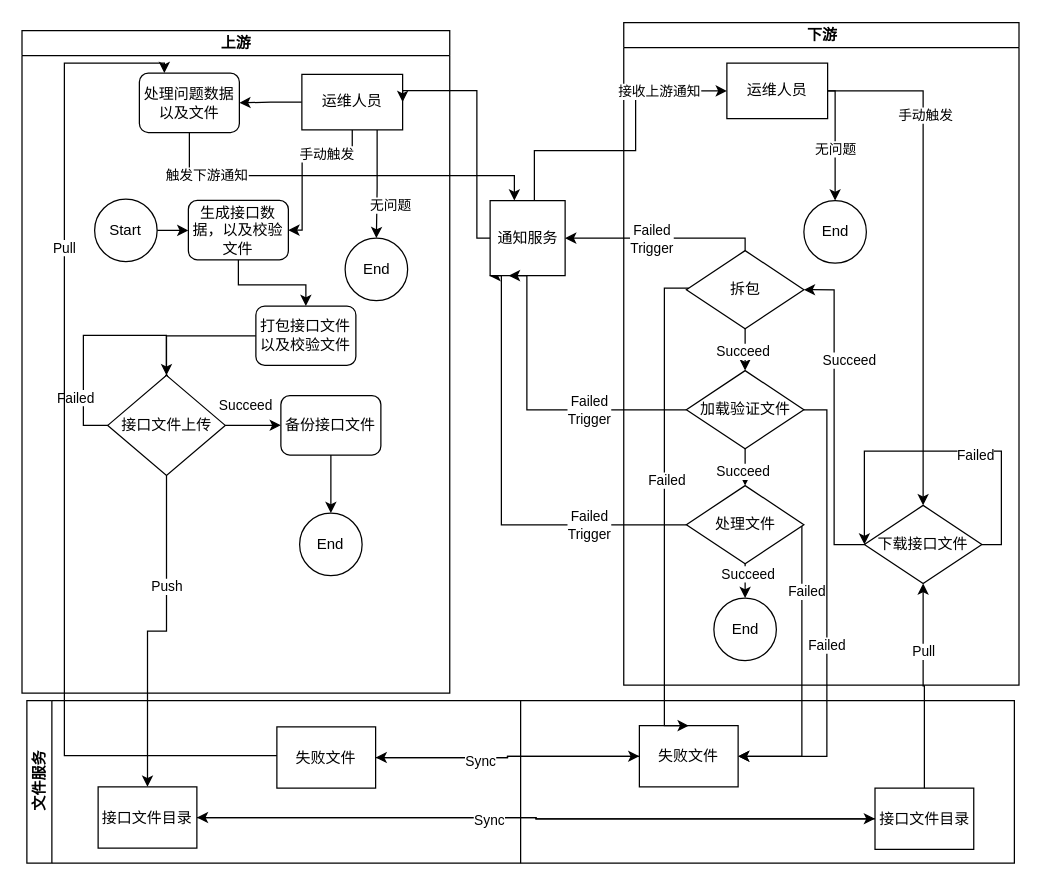
The draw.io diagram 未命名绘图.drawio in lsj188/myPlugin, before the edit. Source tidied: cells renumbered, new cells numbered last; positions are measured from the earlier drawing's top-left corner, leaving out a move shared by most shapes. Both pictures are drawn from the tidied source at 125%, with x=0, y=0 at pixel (-96, 62).
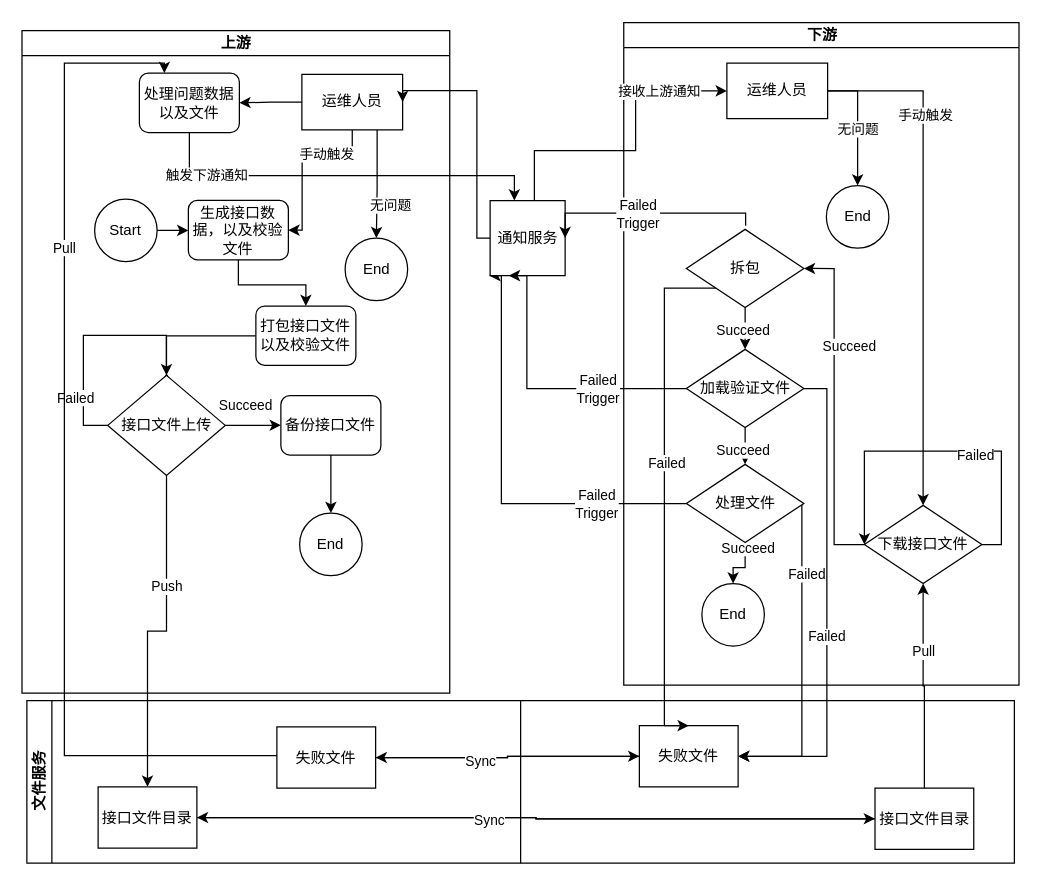
The same page after the edit.

Commit message (it also covers changes not shown here):
更新未命名绘图.drawio

The change refers to these unchanged cells:
```xml
<mxCell id="32" value="失败文件" style="rounded=0;whiteSpace=wrap;html=1;" parent="25" vertex="1">
  <mxGeometry x="490" y="20" width="79" height="49" as="geometry" />
</mxCell>
<mxCell id="36" value="下游" style="swimlane;html=1;startSize=20;horizontal=0;rotation=90;" parent="1" vertex="1">
  <mxGeometry x="468.6" y="74.4" width="530" height="316.2" as="geometry" />
</mxCell>
<mxCell id="58" value="运维人员" style="rounded=0;whiteSpace=wrap;html=1;" parent="36" vertex="1">
  <mxGeometry x="189.4" y="-74.4" width="80.6" height="44.4" as="geometry" />
</mxCell>
<mxCell id="69" value="通知服务" style="whiteSpace=wrap;html=1;" parent="1" vertex="1">
  <mxGeometry x="468.6" y="110" width="60" height="60" as="geometry" />
</mxCell>
```

What changed in the source:
```diff
@@
     <mxCell id="39" value="拆包" style="rhombus;whiteSpace=wrap;html=1;" parent="36" vertex="1">
-      <mxGeometry x="157" y="75.6" width="94" height="62.5" as="geometry" />
+      <mxGeometry x="157" y="58.6" width="94" height="62.5" as="geometry" />
     </mxCell>
@@
     <mxCell id="47" value="加载验证文件" style="rhombus;whiteSpace=wrap;html=1;" parent="36" vertex="1">
-      <mxGeometry x="157" y="171.6" width="94" height="62.5" as="geometry" />
+      <mxGeometry x="157" y="154.6" width="94" height="62.5" as="geometry" />
     </mxCell>
@@
     <mxCell id="50" style="edgeStyle=orthogonalEdgeStyle;rounded=0;jettySize=auto;html=1;" parent="36" edge="1" source="52">
       <mxGeometry relative="1" as="geometry">
         <mxPoint x="-0.6" y="95.6" as="targetPoint" />
         <Array as="points">
-          <mxPoint x="9" y="295" />
+          <mxPoint x="9" y="278" />
           <mxPoint x="9" y="96" />
         </Array>
       </mxGeometry>
     </mxCell>
@@
     <mxCell id="52" value="处理文件" style="rhombus;whiteSpace=wrap;html=1;" parent="36" vertex="1">
-      <mxGeometry x="157" y="263.6" width="94" height="62.5" as="geometry" />
+      <mxGeometry x="157" y="246.6" width="94" height="62.5" as="geometry" />
     </mxCell>
     <mxCell id="53" value="End" style="ellipse;whiteSpace=wrap;html=1;direction=south;" parent="36" vertex="1">
-      <mxGeometry x="179" y="353.6" width="50" height="50" as="geometry" />
+      <mxGeometry x="169.4" y="341.9" width="50" height="50" as="geometry" />
     </mxCell>
@@
     <mxCell id="56" style="edgeStyle=orthogonalEdgeStyle;rounded=0;jettySize=auto;html=1;" parent="36" edge="1" source="58" target="59">
       <mxGeometry relative="1" as="geometry">
         <Array as="points">
-          <mxPoint x="276" y="-52" />
+          <mxPoint x="294" y="-52" />
         </Array>
       </mxGeometry>
     </mxCell>
@@
     <mxCell id="59" value="End" style="ellipse;whiteSpace=wrap;html=1;direction=south;" parent="36" vertex="1">
-      <mxGeometry x="251" y="35.6" width="50" height="50" as="geometry" />
+      <mxGeometry x="269" y="23.6" width="50" height="50" as="geometry" />
     </mxCell>
@@
-    <mxCell id="70" style="edgeStyle=orthogonalEdgeStyle;rounded=0;jettySize=auto;html=1;entryX=1;entryY=0.5;entryDx=0;entryDy=0;" parent="1" edge="1" source="39" target="69">
+    <mxCell id="70" style="edgeStyle=orthogonalEdgeStyle;rounded=0;jettySize=auto;html=1;entryX=1;entryY=0.5;entryDx=0;entryDy=0;" parent="1" edge="1" target="69">
       <mxGeometry relative="1" as="geometry">
+        <mxPoint x="673" y="130" as="sourcePoint" />
         <Array as="points">
-          <mxPoint x="673" y="140" />
+          <mxPoint x="673" y="120" />
+          <mxPoint x="529" y="120" />
         </Array>
       </mxGeometry>
     </mxCell>
@@
     <mxCell id="72" style="edgeStyle=orthogonalEdgeStyle;rounded=0;jettySize=auto;html=1;entryX=0.25;entryY=1;entryDx=0;entryDy=0;" parent="1" edge="1" source="47" target="69">
       <mxGeometry relative="1" as="geometry">
         <Array as="points">
-          <mxPoint x="498" y="277" />
+          <mxPoint x="498" y="260" />
           <mxPoint x="498" y="170" />
         </Array>
       </mxGeometry>
     </mxCell>
@@
     <mxCell id="76" style="edgeStyle=orthogonalEdgeStyle;rounded=0;jettySize=auto;html=1;entryX=1;entryY=0.5;entryDx=0;entryDy=0;" parent="1" edge="1" source="47" target="32">
       <mxGeometry relative="1" as="geometry">
         <Array as="points">
-          <mxPoint x="738" y="277" />
-          <mxPoint x="738" y="554" />
+          <mxPoint x="738" y="260" />
+          <mxPoint x="738" y="555" />
         </Array>
       </mxGeometry>
     </mxCell>
```
